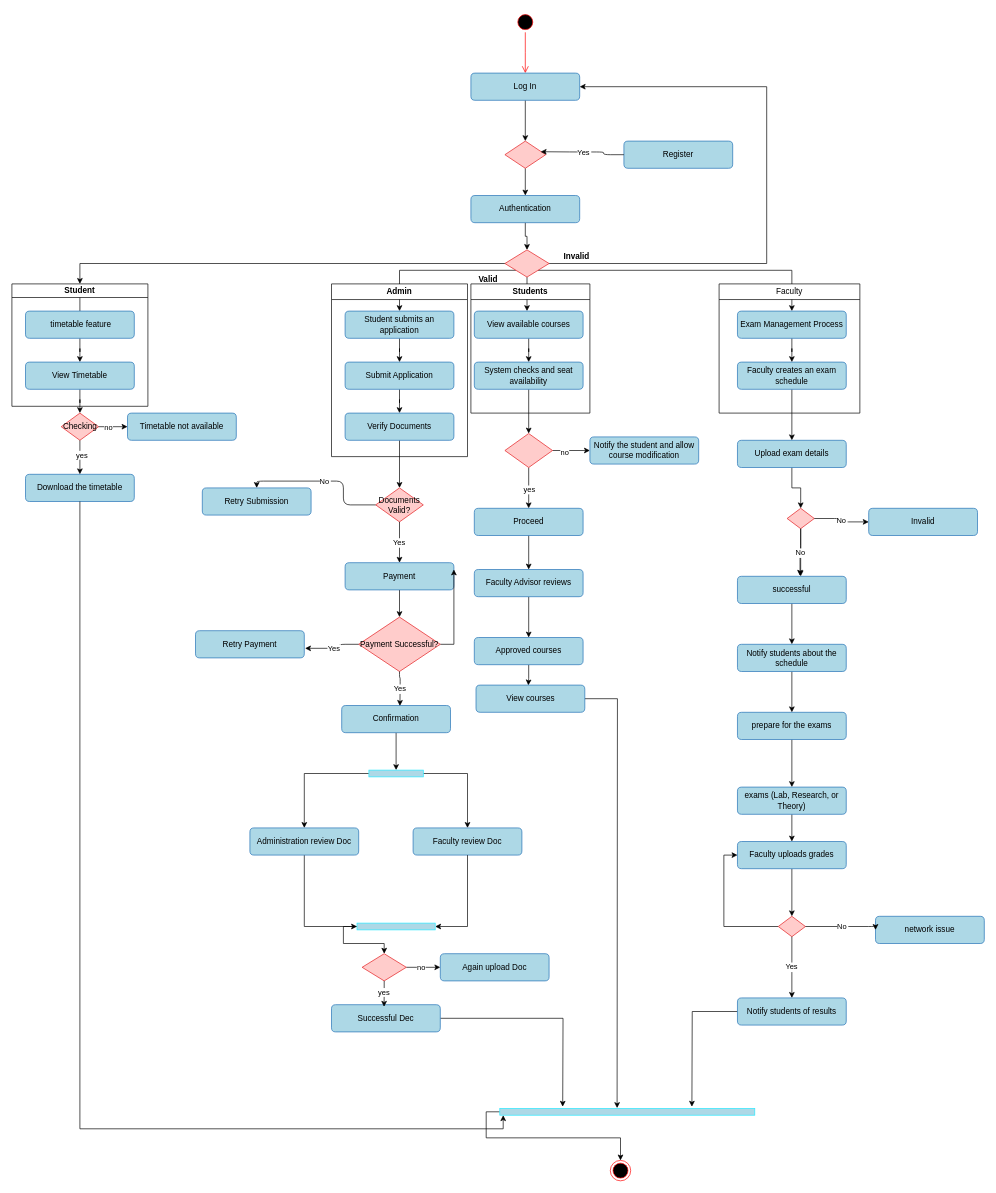
Before: page "Page-8" (2 of 4) of Untitled Diagram.drawio in AdityaJyoti2002/Tic-Tac-Toe, a draw.io diagram. Source tidied: cells renumbered, new cells numbered last; positions are measured from the earlier drawing's top-left corner, leaving out a move shared by most shapes. Both pictures are drawn from the tidied source at 68%, with x=0, y=0 at pixel (12, 12).
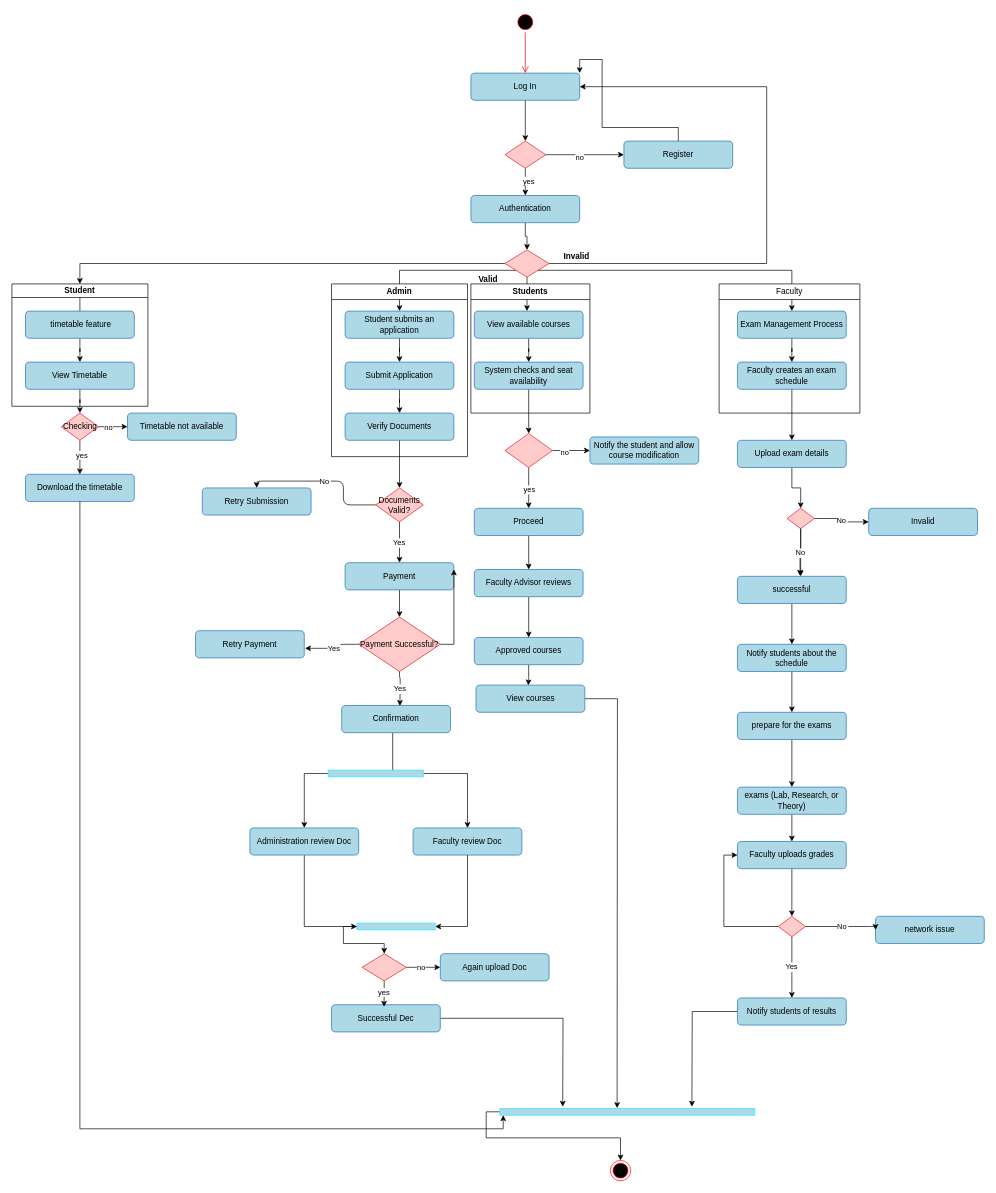
The same diagram, later.

Unchanged cells that the change refers to:
```xml
<mxCell id="5" value="Log In" style="rounded=1;whiteSpace=wrap;html=1;fillColor=#add8e6;strokeColor=#2171b5;" parent="1" vertex="1">
  <mxGeometry x="675" y="90" width="160" height="40" as="geometry" />
</mxCell>
<mxCell id="6" style="edgeStyle=orthogonalEdgeStyle;rounded=0;jettySize=auto;html=1;entryX=0.5;entryY=0;entryDx=0;entryDy=0;" parent="1" edge="1" source="7" target="10">
  <mxGeometry relative="1" as="geometry" />
</mxCell>
<mxCell id="7" style="rhombus;whiteSpace=wrap;html=1;fillColor=#ffcccb;strokeColor=#e31a1c;" parent="1" vertex="1">
  <mxGeometry x="725" y="190" width="60" height="40" as="geometry" />
</mxCell>
<mxCell id="8" value="Register" style="rounded=1;whiteSpace=wrap;html=1;fillColor=#add8e6;strokeColor=#2171b5;" parent="1" vertex="1">
  <mxGeometry x="900" y="190" width="160" height="40" as="geometry" />
</mxCell>
<mxCell id="47" value="&lt;span style=&quot;text-wrap: nowrap;&quot;&gt;Administration review Doc&lt;/span&gt;" style="rounded=1;whiteSpace=wrap;html=1;fillColor=#add8e6;strokeColor=#2171b5;" parent="1" vertex="1">
  <mxGeometry x="350" y="1200" width="160" height="40" as="geometry" />
</mxCell>
<mxCell id="48" value="&lt;span style=&quot;text-wrap: nowrap;&quot;&gt;Faculty&lt;/span&gt;&lt;span style=&quot;text-wrap: nowrap;&quot;&gt;&amp;nbsp;review Doc&lt;/span&gt;" style="rounded=1;whiteSpace=wrap;html=1;fillColor=#add8e6;strokeColor=#2171b5;" parent="1" vertex="1">
  <mxGeometry x="590" y="1200" width="160" height="40" as="geometry" />
</mxCell>
```

The edit, as a diff of the source:
```diff
@@
+    <mxCell id="122" value="yes" style="edgeLabel;html=1;align=center;verticalAlign=middle;" parent="6" vertex="1">
+      <mxGeometry x="-0.1" y="4" relative="1" as="geometry" />
+    </mxCell>
+    <mxCell id="123" style="edgeStyle=orthogonalEdgeStyle;rounded=0;jettySize=auto;html=1;entryX=0;entryY=0.5;entryDx=0;entryDy=0;" parent="1" edge="1" source="7" target="8">
+      <mxGeometry relative="1" as="geometry" />
+    </mxCell>
+    <mxCell id="124" value="no" style="edgeLabel;html=1;align=center;verticalAlign=middle;" parent="123" vertex="1">
+      <mxGeometry x="-0.15" y="-3" relative="1" as="geometry" />
+    </mxCell>
@@
+    <mxCell id="125" style="edgeStyle=orthogonalEdgeStyle;rounded=0;jettySize=auto;html=1;entryX=1;entryY=0;entryDx=0;entryDy=0;" parent="1" edge="1" source="8" target="5">
+      <mxGeometry relative="1" as="geometry">
+        <Array as="points">
+          <mxPoint x="980" y="170" />
+          <mxPoint x="868" y="170" />
+          <mxPoint x="868" y="70" />
+          <mxPoint x="835" y="70" />
+        </Array>
+      </mxGeometry>
+    </mxCell>
@@
-    <mxCell id="40" value="Yes" style="edgeStyle=orthogonalEdgeStyle;rounded=1;entryX=0.877;entryY=0.391;entryDx=0;entryDy=0;exitX=0;exitY=0.5;exitDx=0;exitDy=0;entryPerimeter=0;" parent="1" edge="1" source="8" target="7">
-      <mxGeometry relative="1" as="geometry">
-        <Array as="points">
-          <mxPoint x="870" y="210" />
-          <mxPoint x="870" y="206" />
-          <mxPoint x="830" y="206" />
-        </Array>
-      </mxGeometry>
-    </mxCell>
@@
+    <mxCell id="50" style="edgeStyle=orthogonalEdgeStyle;rounded=0;jettySize=auto;html=1;curved=0;" parent="1" edge="1" source="51" target="48">
+      <mxGeometry relative="1" as="geometry" />
+    </mxCell>
-    <mxCell id="49" style="edgeStyle=orthogonalEdgeStyle;rounded=0;jettySize=auto;html=1;curved=0;" parent="1" edge="1" source="51" target="47">
+    <mxCell id="49" style="edgeStyle=orthogonalEdgeStyle;rounded=0;jettySize=auto;html=1;curved=0;entryX=0.5;entryY=0;entryDx=0;entryDy=0;" parent="1" edge="1" source="51" target="47">
       <mxGeometry relative="1" as="geometry" />
     </mxCell>
-    <mxCell id="50" style="edgeStyle=orthogonalEdgeStyle;rounded=0;jettySize=auto;html=1;curved=0;" parent="1" edge="1" source="51" target="48">
-      <mxGeometry relative="1" as="geometry" />
-    </mxCell>
     <mxCell id="51" style="html=1;points=[[0,0,0,0,5],[0,1,0,0,-5],[1,0,0,0,5],[1,1,0,0,-5]];perimeter=orthogonalPerimeter;outlineConnect=0;targetShapes=umlLifeline;portConstraint=eastwest;newEdgeStyle={&quot;curved&quot;:0,&quot;rounded&quot;:0};rotation=90;direction=west;strokeColor=#26E9FF;fillColor=#ADD8E6;" parent="1" vertex="1">
-      <mxGeometry x="560" y="1080" width="10" height="80" as="geometry" />
+      <mxGeometry x="530" y="1050" width="10" height="140" as="geometry" />
     </mxCell>
```
